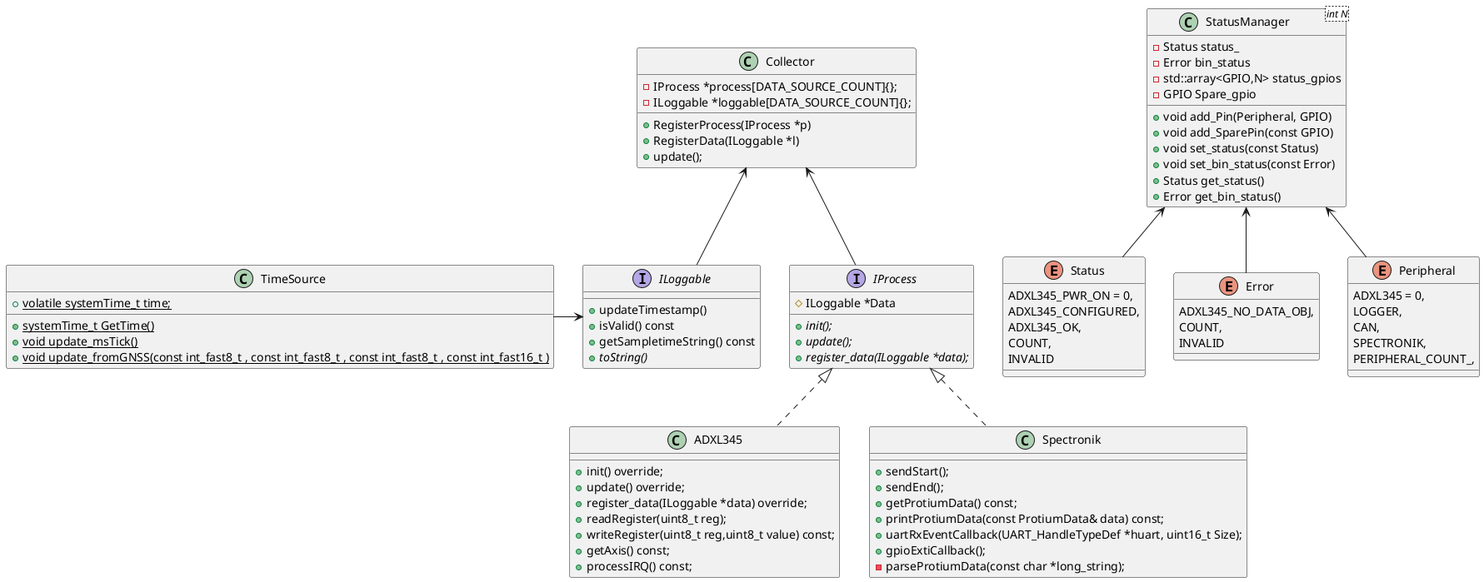
Before: class_diagram.png, a diagram exported from PlantUML (Svdwege/wikiWip). The source it was exported from:
```plantuml
@startuml

Interface ILoggable {
    + updateTimestamp()
    + isValid() const
    + getSampletimeString() const
    {abstract} + toString()

}
Interface IProcess {
    # ILoggable *Data
    {abstract} + init();
    {abstract} + update();
    {abstract} + register_data(ILoggable *data);
}


class ADXL345 implements IProcess {
    + init() override;
    + update() override;
    + register_data(ILoggable *data) override;
    + readRegister(uint8_t reg);
    + writeRegister(uint8_t reg,uint8_t value) const;
    + getAxis() const;
    + processIRQ() const;
}

class Spectronik implements IProcess {
    + sendStart();
    + sendEnd();
    + getProtiumData() const;
    + printProtiumData(const ProtiumData& data) const;
    + uartRxEventCallback(UART_HandleTypeDef *huart, uint16_t Size);
    + gpioExtiCallback();
    - parseProtiumData(const char *long_string);
}

class Collector {
    + RegisterProcess(IProcess *p)
    + RegisterData(ILoggable *l)
    + update();
    - IProcess *process[DATA_SOURCE_COUNT]{};
    - ILoggable *loggable[DATA_SOURCE_COUNT]{};
}

class TimeSource {
    + {static} systemTime_t GetTime()
    + volatile {static} systemTime_t time;
    + {static} void update_msTick()
    + {static} void update_fromGNSS(const int_fast8_t , const int_fast8_t , const int_fast8_t , const int_fast16_t )
}

enum Status {
    ADXL345_PWR_ON = 0,
    ADXL345_CONFIGURED,
    ADXL345_OK,
    COUNT,
    INVALID

}

enum Error {
    ADXL345_NO_DATA_OBJ,
    COUNT,
    INVALID
}

enum Peripheral {
    ADXL345 = 0,
    LOGGER,
    CAN,
    SPECTRONIK,
    PERIPHERAL_COUNT_,
}

class StatusManager<int N>{
    + void add_Pin(Peripheral, GPIO)
    + void add_SparePin(const GPIO)
    + void set_status(const Status)
    + void set_bin_status(const Error)
    + Status get_status()
    + Error get_bin_status()
    - Status status_
    - Error bin_status
    - std::array<GPIO,N> status_gpios
    - GPIO Spare_gpio
}

StatusManager <-- Peripheral
StatusManager <-- Error
StatusManager <-- Status

Collector <-- IProcess
Collector <-- ILoggable
TimeSource -> ILoggable

@enduml
```
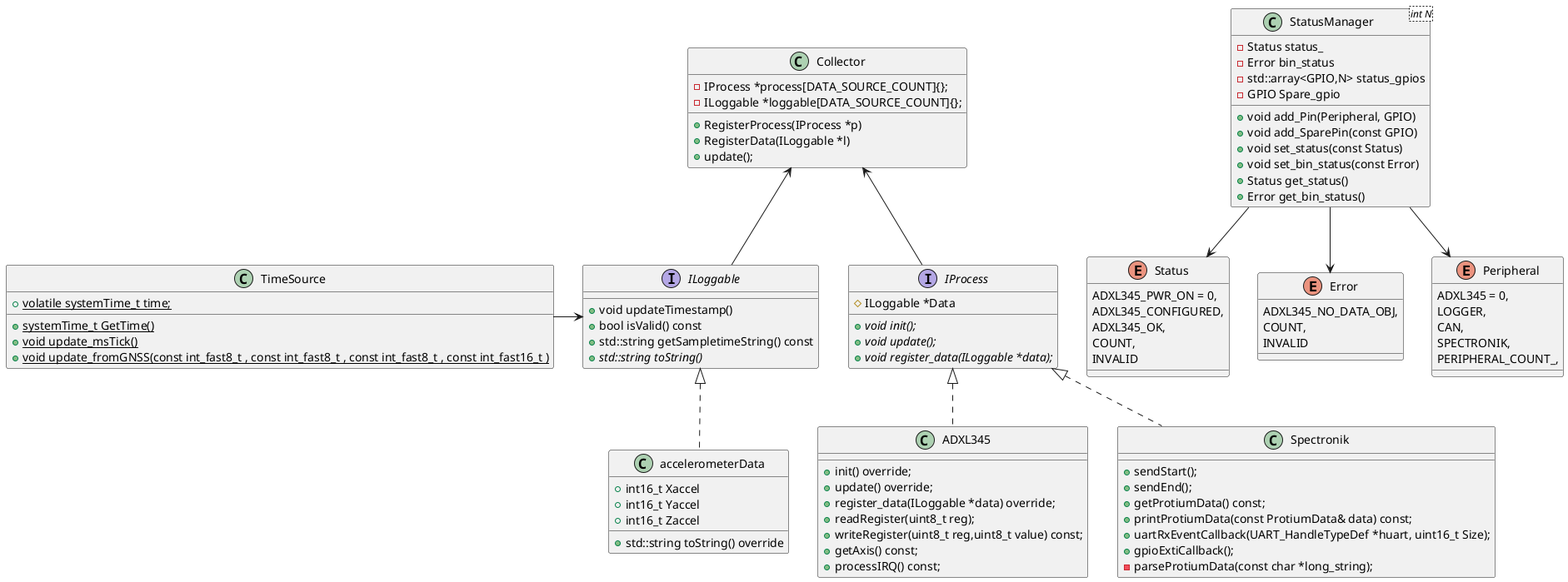
After the commit.

Commit message:
docs: extended class_diagram fixed dependency arrows

Diff of the diagram source:
```diff
@@ -1,17 +1,25 @@
 @startuml
 
 Interface ILoggable {
-    + updateTimestamp()
-    + isValid() const
-    + getSampletimeString() const
-    {abstract} + toString()
+    + void updateTimestamp()
+    + bool isValid() const
+    + std::string getSampletimeString() const
+    {abstract} + std::string toString()
 
 }
+
+class accelerometerData implements ILoggable {
+    + std::string toString() override
+    + int16_t Xaccel
+    + int16_t Yaccel
+    + int16_t Zaccel
+}
+
 Interface IProcess {
     # ILoggable *Data
-    {abstract} + init();
-    {abstract} + update();
-    {abstract} + register_data(ILoggable *data);
+    {abstract} + void init();
+    {abstract} + void update();
+    {abstract} + void register_data(ILoggable *data);
 }
 
 
@@ -86,9 +94,9 @@
     - GPIO Spare_gpio
 }
 
-StatusManager <-- Peripheral
-StatusManager <-- Error
-StatusManager <-- Status
+StatusManager --> Peripheral
+StatusManager --> Error
+StatusManager --> Status
 
 Collector <-- IProcess
 Collector <-- ILoggable
```
